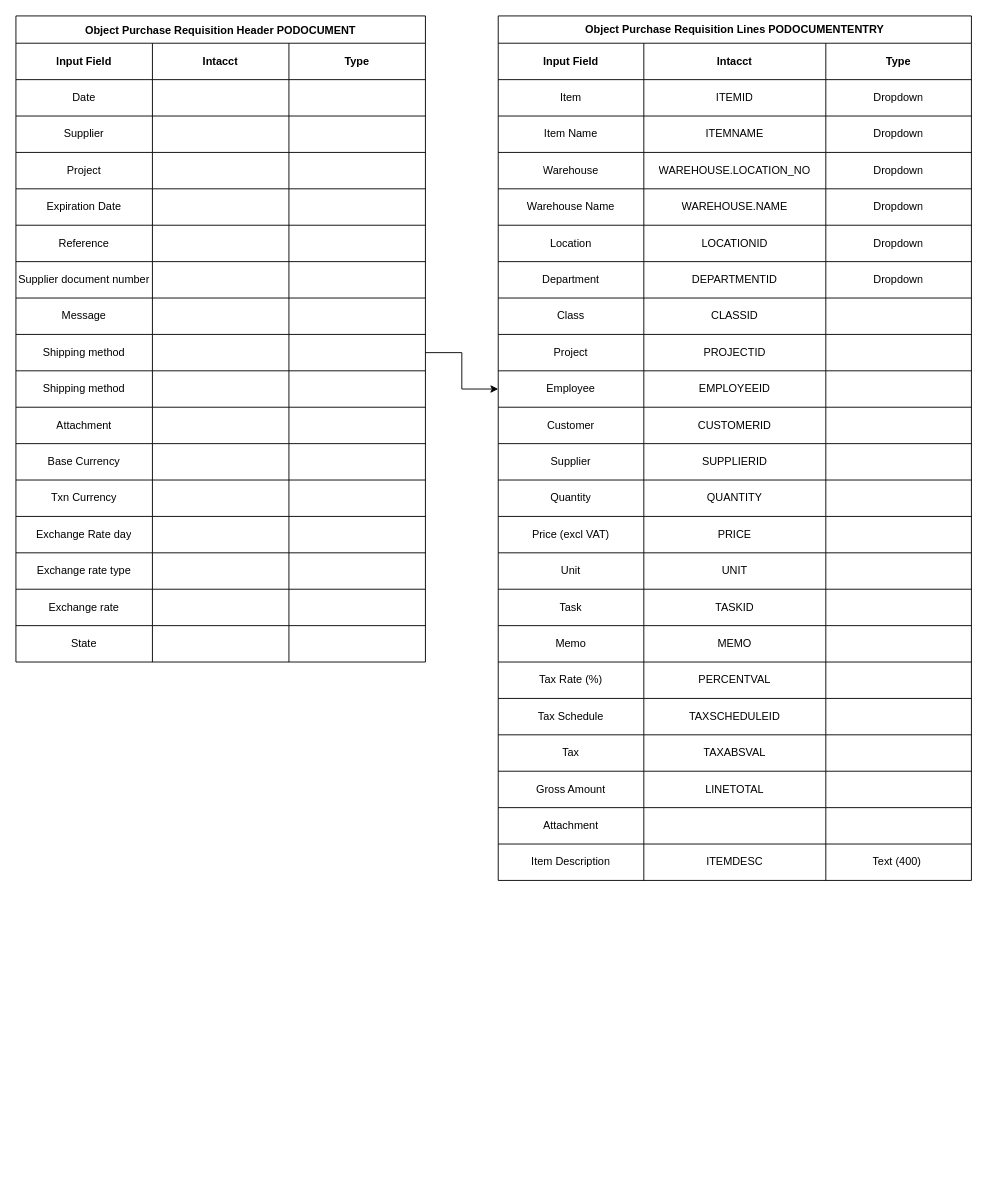
This is page "Page-2" (2 of 2) of ProcureLink.drawio from garrithhyman/ProcureLink, a draw.io file, before an edit. Source tidied: cells renumbered, new cells numbered last; positions are measured from the earlier drawing's top-left corner, leaving out a move shared by most shapes. Both pictures are drawn from the tidied source at 91%, with x=0, y=0 at pixel (15, 15).
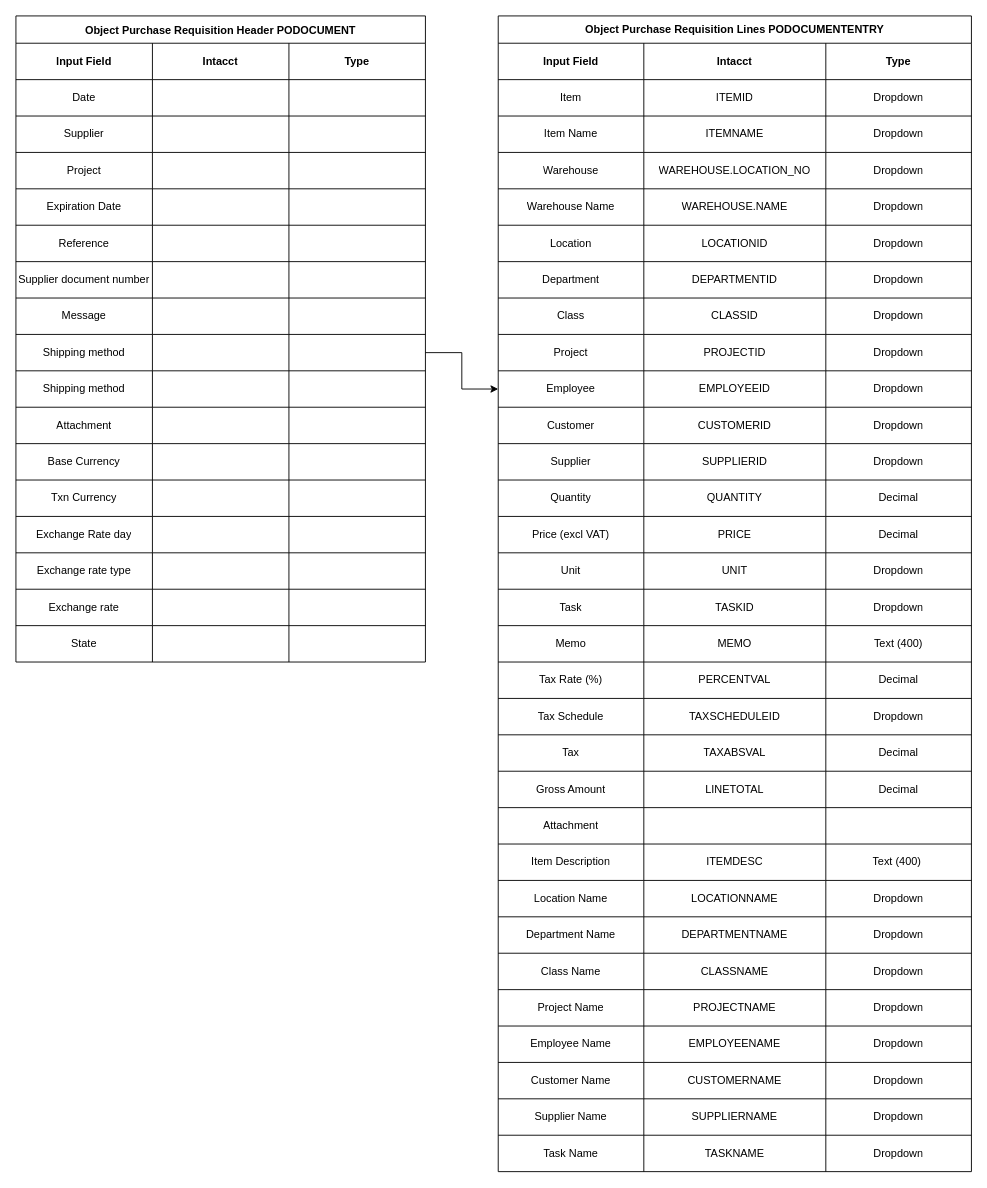
The same page after the edit.

Unchanged cells that the change refers to:
```xml
<mxCell id="100" style="shape=tableRow;horizontal=0;startSize=0;swimlaneHead=0;swimlaneBody=0;strokeColor=inherit;top=0;left=0;bottom=0;right=0;fillColor=none;" parent="71" vertex="1">
  <mxGeometry y="310" width="520" height="40" as="geometry" />
</mxCell>
<mxCell id="104" style="shape=tableRow;horizontal=0;startSize=0;swimlaneHead=0;swimlaneBody=0;strokeColor=inherit;top=0;left=0;bottom=0;right=0;fillColor=none;" parent="71" vertex="1">
  <mxGeometry y="350" width="520" height="40" as="geometry" />
</mxCell>
<mxCell id="108" style="shape=tableRow;horizontal=0;startSize=0;swimlaneHead=0;swimlaneBody=0;strokeColor=inherit;top=0;left=0;bottom=0;right=0;fillColor=none;points=[[0,0.5],[1,0.5]];portConstraint=eastwest;" parent="71" vertex="1">
  <mxGeometry y="390" width="520" height="40" as="geometry" />
</mxCell>
<mxCell id="112" style="shape=tableRow;horizontal=0;startSize=0;swimlaneHead=0;swimlaneBody=0;strokeColor=inherit;top=0;left=0;bottom=0;right=0;fillColor=none;" parent="71" vertex="1">
  <mxGeometry y="430" width="520" height="40" as="geometry" />
</mxCell>
<mxCell id="116" style="shape=tableRow;horizontal=0;startSize=0;swimlaneHead=0;swimlaneBody=0;strokeColor=inherit;top=0;left=0;bottom=0;right=0;fillColor=none;" parent="71" vertex="1">
  <mxGeometry y="470" width="520" height="40" as="geometry" />
</mxCell>
<mxCell id="120" style="shape=tableRow;horizontal=0;startSize=0;swimlaneHead=0;swimlaneBody=0;strokeColor=inherit;top=0;left=0;bottom=0;right=0;fillColor=none;" parent="71" vertex="1">
  <mxGeometry y="510" width="520" height="40" as="geometry" />
</mxCell>
<mxCell id="124" style="shape=tableRow;horizontal=0;startSize=0;swimlaneHead=0;swimlaneBody=0;strokeColor=inherit;top=0;left=0;bottom=0;right=0;fillColor=none;" parent="71" vertex="1">
  <mxGeometry y="550" width="520" height="40" as="geometry" />
</mxCell>
<mxCell id="128" style="shape=tableRow;horizontal=0;startSize=0;swimlaneHead=0;swimlaneBody=0;strokeColor=inherit;top=0;left=0;bottom=0;right=0;fillColor=none;" parent="71" vertex="1">
  <mxGeometry y="590" width="520" height="40" as="geometry" />
</mxCell>
<mxCell id="132" style="shape=tableRow;horizontal=0;startSize=0;swimlaneHead=0;swimlaneBody=0;strokeColor=inherit;top=0;left=0;bottom=0;right=0;fillColor=none;" parent="71" vertex="1">
  <mxGeometry y="630" width="520" height="40" as="geometry" />
</mxCell>
<mxCell id="136" style="shape=tableRow;horizontal=0;startSize=0;swimlaneHead=0;swimlaneBody=0;strokeColor=inherit;top=0;left=0;bottom=0;right=0;fillColor=none;" parent="71" vertex="1">
  <mxGeometry y="670" width="520" height="40" as="geometry" />
</mxCell>
<mxCell id="140" style="shape=tableRow;horizontal=0;startSize=0;swimlaneHead=0;swimlaneBody=0;strokeColor=inherit;top=0;left=0;bottom=0;right=0;fillColor=none;" parent="71" vertex="1">
  <mxGeometry y="710" width="520" height="40" as="geometry" />
</mxCell>
<mxCell id="144" style="shape=tableRow;horizontal=0;startSize=0;swimlaneHead=0;swimlaneBody=0;strokeColor=inherit;top=0;left=0;bottom=0;right=0;fillColor=none;" parent="71" vertex="1">
  <mxGeometry y="750" width="520" height="40" as="geometry" />
</mxCell>
<mxCell id="148" style="shape=tableRow;horizontal=0;startSize=0;swimlaneHead=0;swimlaneBody=0;strokeColor=inherit;top=0;left=0;bottom=0;right=0;fillColor=none;" parent="71" vertex="1">
  <mxGeometry y="790" width="520" height="40" as="geometry" />
</mxCell>
<mxCell id="152" style="shape=tableRow;horizontal=0;startSize=0;swimlaneHead=0;swimlaneBody=0;strokeColor=inherit;top=0;left=0;bottom=0;right=0;fillColor=none;" parent="71" vertex="1">
  <mxGeometry y="830" width="520" height="40" as="geometry" />
</mxCell>
```

Diff of the diagram source:
```diff
@@
     <mxCell id="71" value="Object Purchase Requisition Lines PODOCUMENTENTRY" style="shape=table;startSize=30;childLayout=tableLayout;fontStyle=1;whiteSpace=wrap;" parent="1" vertex="1">
-      <mxGeometry x="530" width="520" height="950" as="geometry" />
+      <mxGeometry x="530" width="520" height="1270" as="geometry" />
     </mxCell>
@@
-    <mxCell id="103" style="shape=partialRectangle;html=1;whiteSpace=wrap;strokeColor=inherit;overflow=hidden;fillColor=none;top=0;left=0;bottom=0;right=0;" parent="100" vertex="1">
+    <mxCell id="103" value="Dropdown" style="shape=partialRectangle;html=1;whiteSpace=wrap;strokeColor=inherit;overflow=hidden;fillColor=none;top=0;left=0;bottom=0;right=0;" parent="100" vertex="1">
       <mxGeometry x="360" width="160" height="40" as="geometry" />
     </mxCell>
@@
-    <mxCell id="107" style="shape=partialRectangle;html=1;whiteSpace=wrap;strokeColor=inherit;overflow=hidden;fillColor=none;top=0;left=0;bottom=0;right=0;" parent="104" vertex="1">
+    <mxCell id="107" value="Dropdown" style="shape=partialRectangle;html=1;whiteSpace=wrap;strokeColor=inherit;overflow=hidden;fillColor=none;top=0;left=0;bottom=0;right=0;" parent="104" vertex="1">
       <mxGeometry x="360" width="160" height="40" as="geometry" />
     </mxCell>
@@
-    <mxCell id="111" style="shape=partialRectangle;html=1;whiteSpace=wrap;strokeColor=inherit;overflow=hidden;fillColor=none;top=0;left=0;bottom=0;right=0;" parent="108" vertex="1">
+    <mxCell id="111" value="Dropdown" style="shape=partialRectangle;html=1;whiteSpace=wrap;strokeColor=inherit;overflow=hidden;fillColor=none;top=0;left=0;bottom=0;right=0;" parent="108" vertex="1">
       <mxGeometry x="360" width="160" height="40" as="geometry" />
     </mxCell>
@@
-    <mxCell id="115" style="shape=partialRectangle;html=1;whiteSpace=wrap;strokeColor=inherit;overflow=hidden;fillColor=none;top=0;left=0;bottom=0;right=0;" parent="112" vertex="1">
+    <mxCell id="115" value="Dropdown" style="shape=partialRectangle;html=1;whiteSpace=wrap;strokeColor=inherit;overflow=hidden;fillColor=none;top=0;left=0;bottom=0;right=0;" parent="112" vertex="1">
       <mxGeometry x="360" width="160" height="40" as="geometry" />
     </mxCell>
@@
-    <mxCell id="119" style="shape=partialRectangle;html=1;whiteSpace=wrap;strokeColor=inherit;overflow=hidden;fillColor=none;top=0;left=0;bottom=0;right=0;" parent="116" vertex="1">
+    <mxCell id="119" value="Dropdown" style="shape=partialRectangle;html=1;whiteSpace=wrap;strokeColor=inherit;overflow=hidden;fillColor=none;top=0;left=0;bottom=0;right=0;" parent="116" vertex="1">
       <mxGeometry x="360" width="160" height="40" as="geometry" />
     </mxCell>
@@
-    <mxCell id="123" style="shape=partialRectangle;html=1;whiteSpace=wrap;strokeColor=inherit;overflow=hidden;fillColor=none;top=0;left=0;bottom=0;right=0;" parent="120" vertex="1">
+    <mxCell id="123" value="Decimal" style="shape=partialRectangle;html=1;whiteSpace=wrap;strokeColor=inherit;overflow=hidden;fillColor=none;top=0;left=0;bottom=0;right=0;" parent="120" vertex="1">
       <mxGeometry x="360" width="160" height="40" as="geometry" />
     </mxCell>
@@
-    <mxCell id="127" style="shape=partialRectangle;html=1;whiteSpace=wrap;strokeColor=inherit;overflow=hidden;fillColor=none;top=0;left=0;bottom=0;right=0;" parent="124" vertex="1">
+    <mxCell id="127" value="Decimal" style="shape=partialRectangle;html=1;whiteSpace=wrap;strokeColor=inherit;overflow=hidden;fillColor=none;top=0;left=0;bottom=0;right=0;" parent="124" vertex="1">
       <mxGeometry x="360" width="160" height="40" as="geometry" />
     </mxCell>
@@
-    <mxCell id="131" style="shape=partialRectangle;html=1;whiteSpace=wrap;strokeColor=inherit;overflow=hidden;fillColor=none;top=0;left=0;bottom=0;right=0;" parent="128" vertex="1">
+    <mxCell id="131" value="Dropdown" style="shape=partialRectangle;html=1;whiteSpace=wrap;strokeColor=inherit;overflow=hidden;fillColor=none;top=0;left=0;bottom=0;right=0;" parent="128" vertex="1">
       <mxGeometry x="360" width="160" height="40" as="geometry" />
     </mxCell>
@@
-    <mxCell id="135" style="shape=partialRectangle;html=1;whiteSpace=wrap;strokeColor=inherit;overflow=hidden;fillColor=none;top=0;left=0;bottom=0;right=0;" parent="132" vertex="1">
+    <mxCell id="135" value="Dropdown" style="shape=partialRectangle;html=1;whiteSpace=wrap;strokeColor=inherit;overflow=hidden;fillColor=none;top=0;left=0;bottom=0;right=0;" parent="132" vertex="1">
       <mxGeometry x="360" width="160" height="40" as="geometry" />
     </mxCell>
@@
-    <mxCell id="139" style="shape=partialRectangle;html=1;whiteSpace=wrap;strokeColor=inherit;overflow=hidden;fillColor=none;top=0;left=0;bottom=0;right=0;" parent="136" vertex="1">
+    <mxCell id="139" value="Text (400)" style="shape=partialRectangle;html=1;whiteSpace=wrap;strokeColor=inherit;overflow=hidden;fillColor=none;top=0;left=0;bottom=0;right=0;" parent="136" vertex="1">
       <mxGeometry x="360" width="160" height="40" as="geometry" />
     </mxCell>
@@
-    <mxCell id="143" style="shape=partialRectangle;html=1;whiteSpace=wrap;strokeColor=inherit;overflow=hidden;fillColor=none;top=0;left=0;bottom=0;right=0;" parent="140" vertex="1">
+    <mxCell id="143" value="Decimal" style="shape=partialRectangle;html=1;whiteSpace=wrap;strokeColor=inherit;overflow=hidden;fillColor=none;top=0;left=0;bottom=0;right=0;" parent="140" vertex="1">
       <mxGeometry x="360" width="160" height="40" as="geometry" />
     </mxCell>
@@
-    <mxCell id="147" style="shape=partialRectangle;html=1;whiteSpace=wrap;strokeColor=inherit;overflow=hidden;fillColor=none;top=0;left=0;bottom=0;right=0;" parent="144" vertex="1">
+    <mxCell id="147" value="Dropdown" style="shape=partialRectangle;html=1;whiteSpace=wrap;strokeColor=inherit;overflow=hidden;fillColor=none;top=0;left=0;bottom=0;right=0;" parent="144" vertex="1">
       <mxGeometry x="360" width="160" height="40" as="geometry" />
     </mxCell>
@@
-    <mxCell id="151" style="shape=partialRectangle;html=1;whiteSpace=wrap;strokeColor=inherit;overflow=hidden;fillColor=none;top=0;left=0;bottom=0;right=0;" parent="148" vertex="1">
+    <mxCell id="151" value="Decimal" style="shape=partialRectangle;html=1;whiteSpace=wrap;strokeColor=inherit;overflow=hidden;fillColor=none;top=0;left=0;bottom=0;right=0;" parent="148" vertex="1">
       <mxGeometry x="360" width="160" height="40" as="geometry" />
     </mxCell>
@@
-    <mxCell id="155" style="shape=partialRectangle;html=1;whiteSpace=wrap;strokeColor=inherit;overflow=hidden;fillColor=none;top=0;left=0;bottom=0;right=0;" parent="152" vertex="1">
+    <mxCell id="155" value="Decimal" style="shape=partialRectangle;html=1;whiteSpace=wrap;strokeColor=inherit;overflow=hidden;fillColor=none;top=0;left=0;bottom=0;right=0;" parent="152" vertex="1">
       <mxGeometry x="360" width="160" height="40" as="geometry" />
     </mxCell>
@@
+    <mxCell id="165" style="shape=tableRow;horizontal=0;startSize=0;swimlaneHead=0;swimlaneBody=0;strokeColor=inherit;top=0;left=0;bottom=0;right=0;fillColor=none;" parent="71" vertex="1">
+      <mxGeometry y="950" width="520" height="40" as="geometry" />
+    </mxCell>
+    <mxCell id="166" value="Location Name" style="shape=partialRectangle;html=1;whiteSpace=wrap;strokeColor=inherit;overflow=hidden;fillColor=none;top=0;left=0;bottom=0;right=0;" parent="165" vertex="1">
+      <mxGeometry width="160" height="40" as="geometry" />
+    </mxCell>
+    <mxCell id="167" value="LOCATIONNAME" style="shape=partialRectangle;html=1;whiteSpace=wrap;strokeColor=inherit;overflow=hidden;fillColor=none;top=0;left=0;bottom=0;right=0;" parent="165" vertex="1">
+      <mxGeometry x="160" width="200" height="40" as="geometry" />
+    </mxCell>
+    <mxCell id="168" value="Dropdown" style="shape=partialRectangle;html=1;whiteSpace=wrap;strokeColor=inherit;overflow=hidden;fillColor=none;top=0;left=0;bottom=0;right=0;" parent="165" vertex="1">
+      <mxGeometry x="360" width="160" height="40" as="geometry" />
+    </mxCell>
+    <mxCell id="169" style="shape=tableRow;horizontal=0;startSize=0;swimlaneHead=0;swimlaneBody=0;strokeColor=inherit;top=0;left=0;bottom=0;right=0;fillColor=none;" parent="71" vertex="1">
+      <mxGeometry y="990" width="520" height="40" as="geometry" />
+    </mxCell>
+    <mxCell id="170" value="Department Name" style="shape=partialRectangle;html=1;whiteSpace=wrap;strokeColor=inherit;overflow=hidden;fillColor=none;top=0;left=0;bottom=0;right=0;" parent="169" vertex="1">
+      <mxGeometry width="160" height="40" as="geometry" />
+    </mxCell>
+    <mxCell id="171" value="DEPARTMENTNAME" style="shape=partialRectangle;html=1;whiteSpace=wrap;strokeColor=inherit;overflow=hidden;fillColor=none;top=0;left=0;bottom=0;right=0;" parent="169" vertex="1">
+      <mxGeometry x="160" width="200" height="40" as="geometry" />
+    </mxCell>
+    <mxCell id="172" value="Dropdown" style="shape=partialRectangle;html=1;whiteSpace=wrap;strokeColor=inherit;overflow=hidden;fillColor=none;top=0;left=0;bottom=0;right=0;" parent="169" vertex="1">
+      <mxGeometry x="360" width="160" height="40" as="geometry" />
+    </mxCell>
+    <mxCell id="173" style="shape=tableRow;horizontal=0;startSize=0;swimlaneHead=0;swimlaneBody=0;strokeColor=inherit;top=0;left=0;bottom=0;right=0;fillColor=none;" parent="71" vertex="1">
+      <mxGeometry y="1030" width="520" height="40" as="geometry" />
+    </mxCell>
+    <mxCell id="174" value="Class Name" style="shape=partialRectangle;html=1;whiteSpace=wrap;strokeColor=inherit;overflow=hidden;fillColor=none;top=0;left=0;bottom=0;right=0;" parent="173" vertex="1">
+      <mxGeometry width="160" height="40" as="geometry" />
+    </mxCell>
+    <mxCell id="175" value="CLASSNAME" style="shape=partialRectangle;html=1;whiteSpace=wrap;strokeColor=inherit;overflow=hidden;fillColor=none;top=0;left=0;bottom=0;right=0;" parent="173" vertex="1">
+      <mxGeometry x="160" width="200" height="40" as="geometry" />
+    </mxCell>
+    <mxCell id="176" value="Dropdown" style="shape=partialRectangle;html=1;whiteSpace=wrap;strokeColor=inherit;overflow=hidden;fillColor=none;top=0;left=0;bottom=0;right=0;" parent="173" vertex="1">
+      <mxGeometry x="360" width="160" height="40" as="geometry" />
+    </mxCell>
+    <mxCell id="177" style="shape=tableRow;horizontal=0;startSize=0;swimlaneHead=0;swimlaneBody=0;strokeColor=inherit;top=0;left=0;bottom=0;right=0;fillColor=none;" parent="71" vertex="1">
+      <mxGeometry y="1070" width="520" height="40" as="geometry" />
+    </mxCell>
+    <mxCell id="178" value="Project Name" style="shape=partialRectangle;html=1;whiteSpace=wrap;strokeColor=inherit;overflow=hidden;fillColor=none;top=0;left=0;bottom=0;right=0;" parent="177" vertex="1">
+      <mxGeometry width="160" height="40" as="geometry" />
+    </mxCell>
+    <mxCell id="179" value="PROJECTNAME" style="shape=partialRectangle;html=1;whiteSpace=wrap;strokeColor=inherit;overflow=hidden;fillColor=none;top=0;left=0;bottom=0;right=0;" parent="177" vertex="1">
+      <mxGeometry x="160" width="200" height="40" as="geometry" />
+    </mxCell>
+    <mxCell id="180" value="Dropdown" style="shape=partialRectangle;html=1;whiteSpace=wrap;strokeColor=inherit;overflow=hidden;fillColor=none;top=0;left=0;bottom=0;right=0;" parent="177" vertex="1">
+      <mxGeometry x="360" width="160" height="40" as="geometry" />
+    </mxCell>
+    <mxCell id="181" style="shape=tableRow;horizontal=0;startSize=0;swimlaneHead=0;swimlaneBody=0;strokeColor=inherit;top=0;left=0;bottom=0;right=0;fillColor=none;" parent="71" vertex="1">
+      <mxGeometry y="1110" width="520" height="40" as="geometry" />
+    </mxCell>
+    <mxCell id="182" value="Employee Name" style="shape=partialRectangle;html=1;whiteSpace=wrap;strokeColor=inherit;overflow=hidden;fillColor=none;top=0;left=0;bottom=0;right=0;" parent="181" vertex="1">
+      <mxGeometry width="160" height="40" as="geometry" />
+    </mxCell>
+    <mxCell id="183" value="EMPLOYEENAME" style="shape=partialRectangle;html=1;whiteSpace=wrap;strokeColor=inherit;overflow=hidden;fillColor=none;top=0;left=0;bottom=0;right=0;" parent="181" vertex="1">
+      <mxGeometry x="160" width="200" height="40" as="geometry" />
+    </mxCell>
+    <mxCell id="184" value="Dropdown" style="shape=partialRectangle;html=1;whiteSpace=wrap;strokeColor=inherit;overflow=hidden;fillColor=none;top=0;left=0;bottom=0;right=0;" parent="181" vertex="1">
+      <mxGeometry x="360" width="160" height="40" as="geometry" />
+    </mxCell>
+    <mxCell id="185" style="shape=tableRow;horizontal=0;startSize=0;swimlaneHead=0;swimlaneBody=0;strokeColor=inherit;top=0;left=0;bottom=0;right=0;fillColor=none;" parent="71" vertex="1">
+      <mxGeometry y="1150" width="520" height="40" as="geometry" />
+    </mxCell>
+    <mxCell id="186" value="Customer Name" style="shape=partialRectangle;html=1;whiteSpace=wrap;strokeColor=inherit;overflow=hidden;fillColor=none;top=0;left=0;bottom=0;right=0;" parent="185" vertex="1">
+      <mxGeometry width="160" height="40" as="geometry" />
+    </mxCell>
+    <mxCell id="187" value="CUSTOMERNAME" style="shape=partialRectangle;html=1;whiteSpace=wrap;strokeColor=inherit;overflow=hidden;fillColor=none;top=0;left=0;bottom=0;right=0;" parent="185" vertex="1">
+      <mxGeometry x="160" width="200" height="40" as="geometry" />
+    </mxCell>
+    <mxCell id="188" value="Dropdown" style="shape=partialRectangle;html=1;whiteSpace=wrap;strokeColor=inherit;overflow=hidden;fillColor=none;top=0;left=0;bottom=0;right=0;" parent="185" vertex="1">
+      <mxGeometry x="360" width="160" height="40" as="geometry" />
+    </mxCell>
+    <mxCell id="189" style="shape=tableRow;horizontal=0;startSize=0;swimlaneHead=0;swimlaneBody=0;strokeColor=inherit;top=0;left=0;bottom=0;right=0;fillColor=none;" parent="71" vertex="1">
+      <mxGeometry y="1190" width="520" height="40" as="geometry" />
+    </mxCell>
+    <mxCell id="190" value="Supplier Name" style="shape=partialRectangle;html=1;whiteSpace=wrap;strokeColor=inherit;overflow=hidden;fillColor=none;top=0;left=0;bottom=0;right=0;" parent="189" vertex="1">
+      <mxGeometry width="160" height="40" as="geometry" />
+    </mxCell>
+    <mxCell id="191" value="SUPPLIERNAME" style="shape=partialRectangle;html=1;whiteSpace=wrap;strokeColor=inherit;overflow=hidden;fillColor=none;top=0;left=0;bottom=0;right=0;" parent="189" vertex="1">
+      <mxGeometry x="160" width="200" height="40" as="geometry" />
+    </mxCell>
+    <mxCell id="192" value="Dropdown" style="shape=partialRectangle;html=1;whiteSpace=wrap;strokeColor=inherit;overflow=hidden;fillColor=none;top=0;left=0;bottom=0;right=0;" parent="189" vertex="1">
+      <mxGeometry x="360" width="160" height="40" as="geometry" />
+    </mxCell>
+    <mxCell id="193" style="shape=tableRow;horizontal=0;startSize=0;swimlaneHead=0;swimlaneBody=0;strokeColor=inherit;top=0;left=0;bottom=0;right=0;fillColor=none;" parent="71" vertex="1">
+      <mxGeometry y="1230" width="520" height="40" as="geometry" />
+    </mxCell>
+    <mxCell id="194" value="Task Name" style="shape=partialRectangle;html=1;whiteSpace=wrap;strokeColor=inherit;overflow=hidden;fillColor=none;top=0;left=0;bottom=0;right=0;" parent="193" vertex="1">
+      <mxGeometry width="160" height="40" as="geometry" />
+    </mxCell>
+    <mxCell id="195" value="TASKNAME" style="shape=partialRectangle;html=1;whiteSpace=wrap;strokeColor=inherit;overflow=hidden;fillColor=none;top=0;left=0;bottom=0;right=0;" parent="193" vertex="1">
+      <mxGeometry x="160" width="200" height="40" as="geometry" />
+    </mxCell>
+    <mxCell id="196" value="Dropdown" style="shape=partialRectangle;html=1;whiteSpace=wrap;strokeColor=inherit;overflow=hidden;fillColor=none;top=0;left=0;bottom=0;right=0;" parent="193" vertex="1">
+      <mxGeometry x="360" width="160" height="40" as="geometry" />
+    </mxCell>
```
